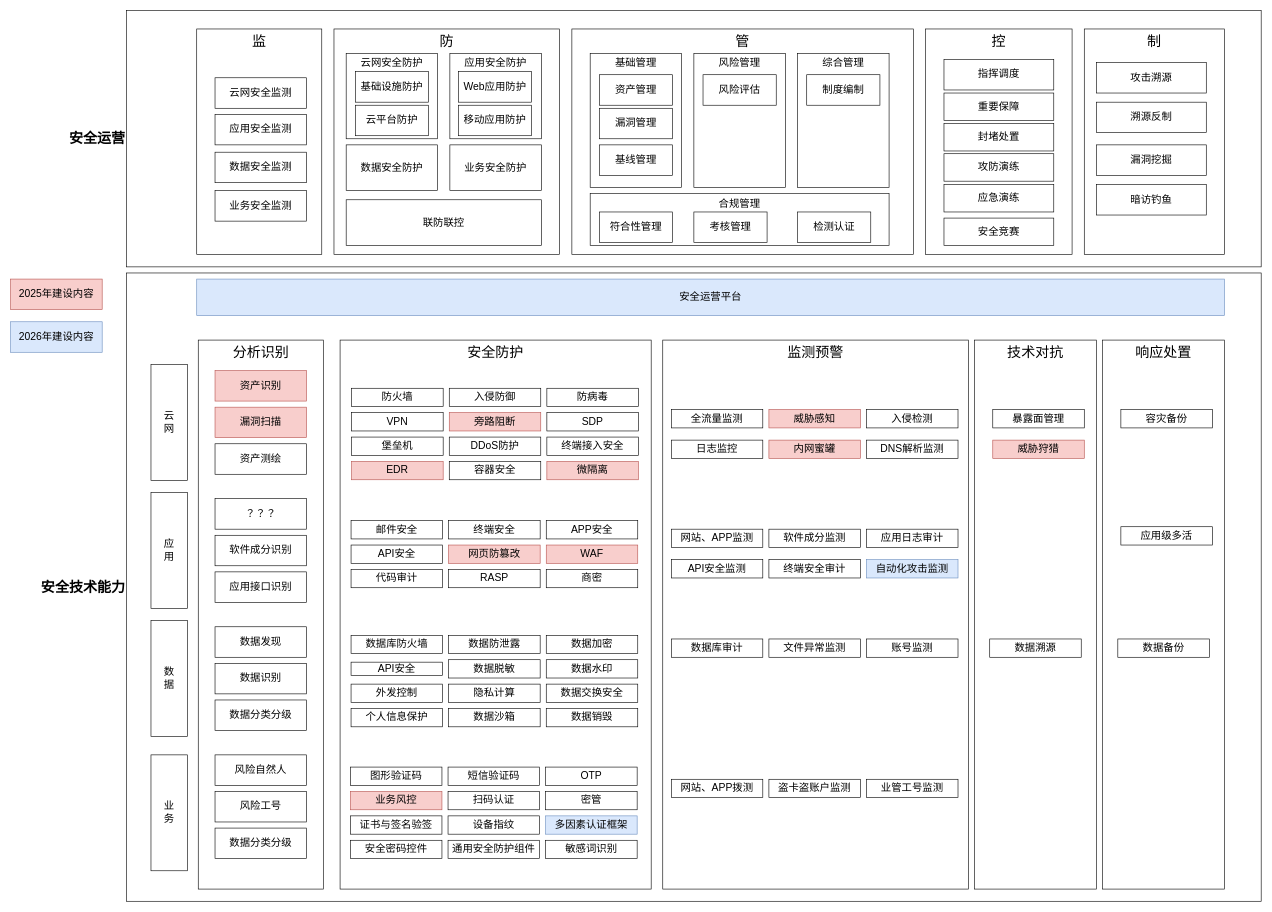
razor/1102_decoration keeps this draw.io diagram as page "第 1 页" (1 of 3) of 2024安全技术能力全景图.drawio. Above is the earlier version. Source tidied: cells renumbered, new cells numbered last; positions are measured from the earlier drawing's top-left corner, leaving out a move shared by most shapes. Both pictures are drawn from the tidied source at 61%, with x=0, y=0 at pixel (10, 10).
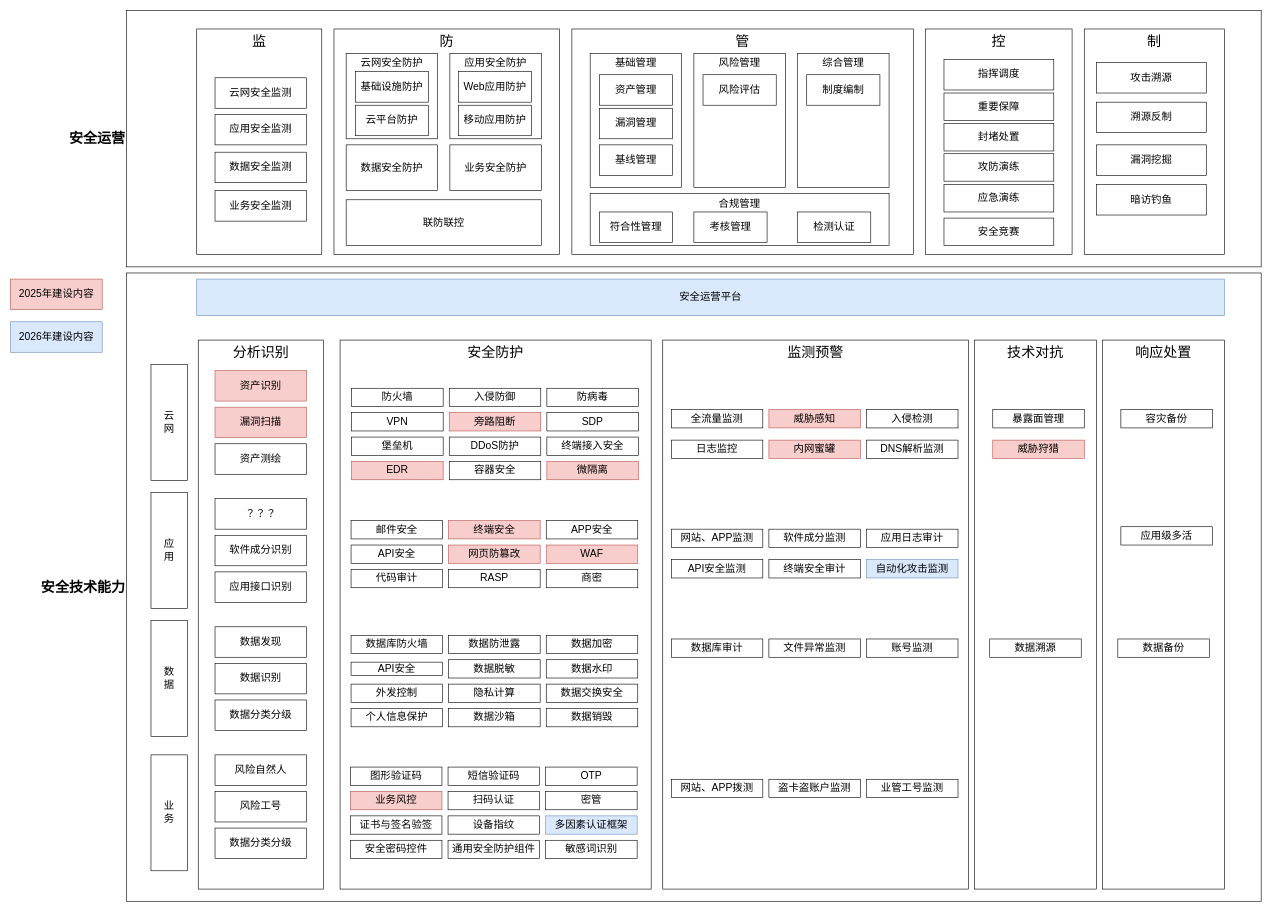
Above is the later version.

Commit message:
更新2024安全技术能力全景图.drawio

Change to the diagram source:
```diff
@@
-    <mxCell id="64" value="&lt;font style=&quot;font-size: 17px;&quot;&gt;终端安全&lt;/font&gt;" style="rounded=0;whiteSpace=wrap;html=1;fontStyle=0;" parent="1" vertex="1">
+    <mxCell id="64" value="&lt;font style=&quot;font-size: 17px;&quot;&gt;终端安全&lt;/font&gt;" style="rounded=0;whiteSpace=wrap;html=1;fontStyle=0;fillColor=#f8cecc;strokeColor=#b85450;" parent="1" vertex="1">
       <mxGeometry x="718" y="836" width="150" height="30" as="geometry" />
     </mxCell>
```
